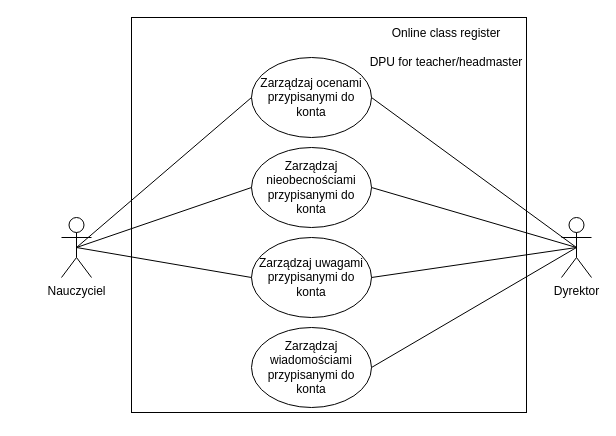
CezaryDobrenko/online-grade-book keeps this draw.io diagram as Documentation/diagrams/drawio_executable/DPU_Teacher_Headmaster.drawio. Above is the earlier version. Source tidied: cells renumbered, new cells numbered last; positions are measured from the earlier drawing's top-left corner, leaving out a move shared by most shapes. Both pictures are drawn from the tidied source at 100%, with x=0, y=0 at pixel (61, 17).
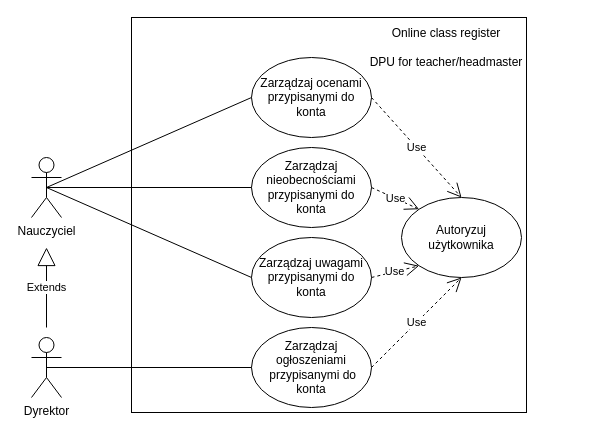
The same diagram, later.

The change refers to these unchanged cells:
```xml
<mxCell id="7" value="Zarządzaj uwagami&lt;br&gt;przypisanymi do konta" style="ellipse;whiteSpace=wrap;html=1;" parent="1" vertex="1">
  <mxGeometry x="190" y="220" width="120" height="80" as="geometry" />
</mxCell>
<mxCell id="8" value="&lt;span&gt;Zarządzaj nieobecnościami&lt;/span&gt;&lt;br&gt;&lt;span&gt;przypisanymi do konta&lt;/span&gt;" style="ellipse;whiteSpace=wrap;html=1;" parent="1" vertex="1">
  <mxGeometry x="190" y="130" width="120" height="80" as="geometry" />
</mxCell>
<mxCell id="9" value="&lt;span&gt;Zarządzaj ocenami&lt;/span&gt;&lt;br&gt;&lt;span&gt;przypisanymi do konta&lt;/span&gt;" style="ellipse;whiteSpace=wrap;html=1;" parent="1" vertex="1">
  <mxGeometry x="190" y="40" width="120" height="80" as="geometry" />
</mxCell>
```

Change to the diagram source:
```diff
@@
     <mxCell id="4" value="Dyrektor" style="shape=umlActor;verticalLabelPosition=bottom;verticalAlign=top;html=1;outlineConnect=0;" parent="1" vertex="1">
-      <mxGeometry x="500" y="200" width="30" height="60" as="geometry" />
+      <mxGeometry x="-30" y="320" width="30" height="60" as="geometry" />
     </mxCell>
     <mxCell id="5" value="Nauczyciel" style="shape=umlActor;verticalLabelPosition=bottom;verticalAlign=top;html=1;outlineConnect=0;" parent="1" vertex="1">
-      <mxGeometry y="200" width="30" height="60" as="geometry" />
+      <mxGeometry x="-30" y="140" width="30" height="60" as="geometry" />
     </mxCell>
-    <mxCell id="6" value="Zarządzaj wiadomościami przypisanymi do konta" style="ellipse;whiteSpace=wrap;html=1;" parent="1" vertex="1">
+    <mxCell id="6" value="Zarządzaj ogłoszeniami&lt;br&gt;&amp;nbsp;przypisanymi do konta" style="ellipse;whiteSpace=wrap;html=1;" parent="1" vertex="1">
       <mxGeometry x="190" y="310" width="120" height="80" as="geometry" />
     </mxCell>
@@
-    <mxCell id="10" style="endArrow=none;html=1;exitX=1;exitY=0.5;exitDx=0;exitDy=0;entryX=0.5;entryY=0.5;entryDx=0;entryDy=0;entryPerimeter=0;" parent="1" edge="1" source="6" target="4">
+    <mxCell id="10" style="endArrow=none;html=1;exitX=0;exitY=0.5;exitDx=0;exitDy=0;entryX=0.5;entryY=0.5;entryDx=0;entryDy=0;entryPerimeter=0;" parent="1" edge="1" source="6" target="4">
       <mxGeometry relative="1" as="geometry" />
     </mxCell>
-    <mxCell id="11" style="endArrow=none;html=1;entryX=1;entryY=0.5;entryDx=0;entryDy=0;exitX=0.5;exitY=0.5;exitDx=0;exitDy=0;exitPerimeter=0;" parent="1" edge="1" source="4" target="7">
-      <mxGeometry relative="1" as="geometry" />
-    </mxCell>
-    <mxCell id="12" style="endArrow=none;html=1;entryX=1;entryY=0.5;entryDx=0;entryDy=0;exitX=0.5;exitY=0.5;exitDx=0;exitDy=0;exitPerimeter=0;" parent="1" edge="1" source="4" target="8">
-      <mxGeometry relative="1" as="geometry" />
-    </mxCell>
-    <mxCell id="13" style="endArrow=none;html=1;entryX=1;entryY=0.5;entryDx=0;entryDy=0;exitX=0.5;exitY=0.5;exitDx=0;exitDy=0;exitPerimeter=0;" parent="1" edge="1" source="4" target="9">
-      <mxGeometry relative="1" as="geometry" />
-    </mxCell>
@@
+    <mxCell id="17" value="Extends" style="endArrow=block;endSize=16;endFill=0;html=1;" parent="1" edge="1">
+      <mxGeometry relative="1" as="geometry">
+        <mxPoint x="-15" y="310" as="sourcePoint" />
+        <mxPoint x="-15" y="230" as="targetPoint" />
+      </mxGeometry>
+    </mxCell>
+    <mxCell id="18" value="Autoryzuj użytkownika" style="ellipse;whiteSpace=wrap;html=1;" parent="1" vertex="1">
+      <mxGeometry x="340" y="180" width="120" height="80" as="geometry" />
+    </mxCell>
+    <mxCell id="19" value="Use" style="endArrow=open;endSize=12;dashed=1;html=1;exitX=1;exitY=0.5;exitDx=0;exitDy=0;entryX=0;entryY=1;entryDx=0;entryDy=0;" parent="1" edge="1" source="7" target="18">
+      <mxGeometry relative="1" as="geometry" />
+    </mxCell>
+    <mxCell id="20" value="Use" style="endArrow=open;endSize=12;dashed=1;html=1;exitX=1;exitY=0.5;exitDx=0;exitDy=0;entryX=0.5;entryY=1;entryDx=0;entryDy=0;" parent="1" edge="1" source="6" target="18">
+      <mxGeometry relative="1" as="geometry" />
+    </mxCell>
+    <mxCell id="21" value="Use" style="endArrow=open;endSize=12;dashed=1;html=1;exitX=1;exitY=0.5;exitDx=0;exitDy=0;entryX=0;entryY=0;entryDx=0;entryDy=0;" parent="1" edge="1" source="8" target="18">
+      <mxGeometry relative="1" as="geometry" />
+    </mxCell>
+    <mxCell id="22" value="Use" style="endArrow=open;endSize=12;dashed=1;html=1;exitX=1;exitY=0.5;exitDx=0;exitDy=0;entryX=0.5;entryY=0;entryDx=0;entryDy=0;" parent="1" edge="1" source="9" target="18">
+      <mxGeometry relative="1" as="geometry" />
+    </mxCell>
```
